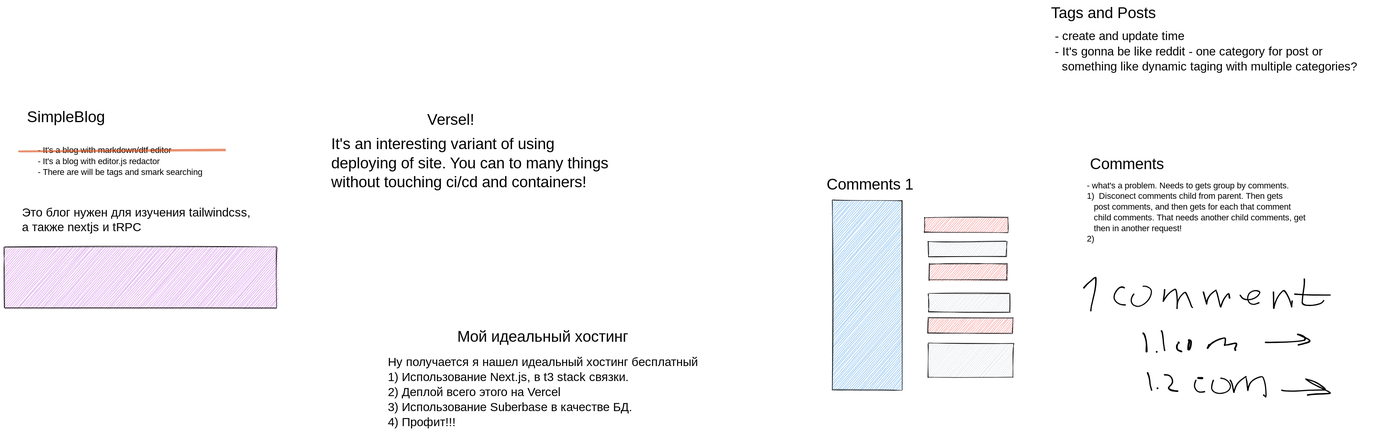
simpleString/simpleBlog-next keeps this Excalidraw diagram as idex.excalidraw.svg. Above is the earlier version. Source tidied: one line per element, renumbered; positions are measured from the earlier drawing's top-left corner, leaving out a move shared by most shapes.
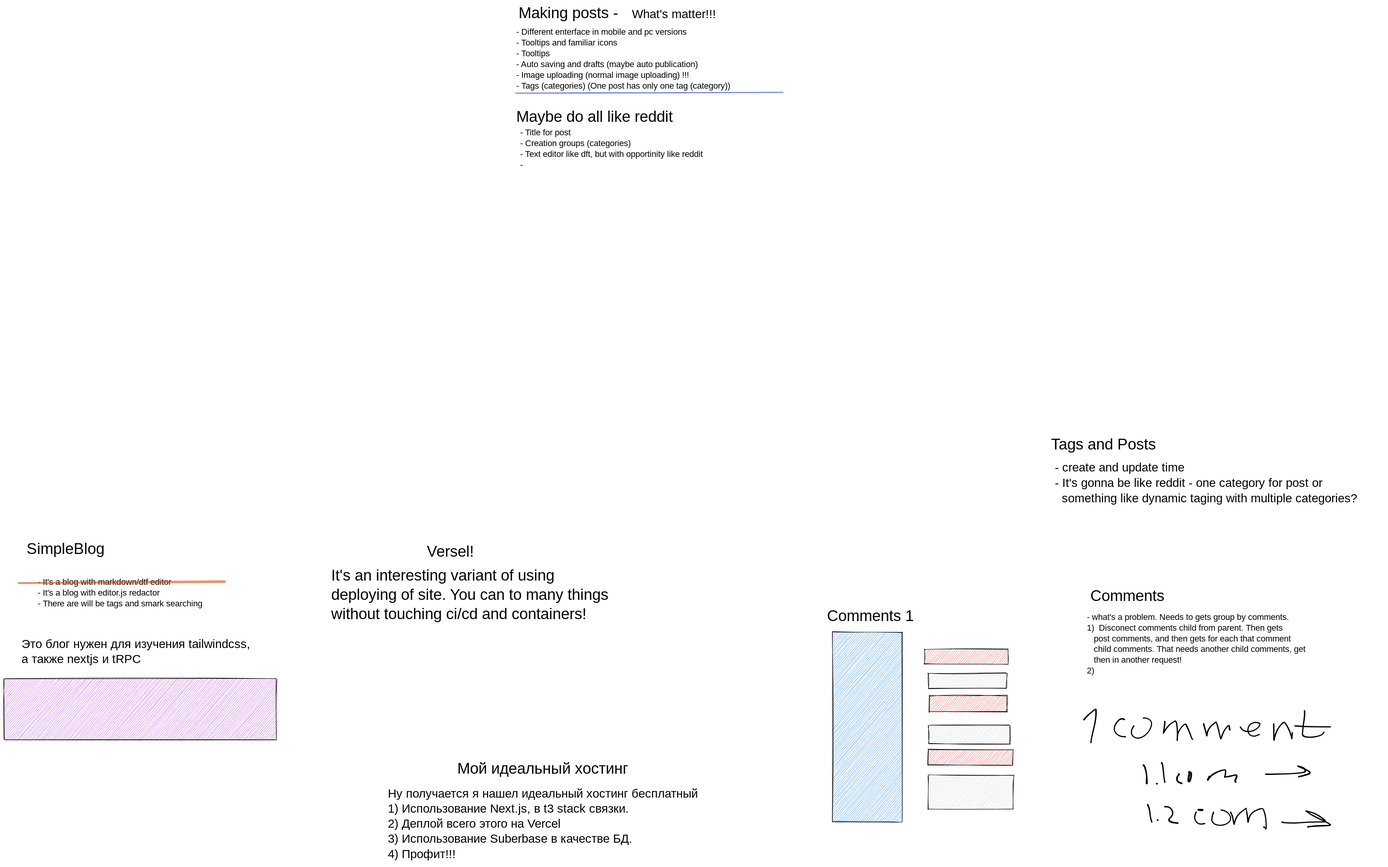
The same file after the commit.

Commit message:
Things about reddit

Diff of the diagram source:
```diff
@@ -43,3 +43,9 @@
 {"id": 42, "type": "freedraw", "strokeColor": "#000000", "backgroundColor": "#ced4da", "fillStyle": "solid", "strokeWidth": 1, "roughness": 1, "x": 2793, "y": 875, "width": 11, "height": 0, "points": [[0, 0], [-1, 0], [0, 0], [1, 0], [3, 0], [5, 0], [7, 0], [9, 0], [10, 0], [10, 0]]}
 {"id": 43, "type": "freedraw", "strokeColor": "#000000", "backgroundColor": "#ced4da", "fillStyle": "solid", "strokeWidth": 1, "roughness": 1, "x": 2950, "y": 792, "width": 104, "height": 25, "points": [[0, 0], [1, 0], [5, 0], [16, 0], [34, -1], [50, -1], [65, -1], [77, -2], [86, -3], [89, -4], [91, -5], [92, -5], [93, -6], [93, -9], [93, -12], [89, -14], [84, -17], [78, -19], [74, -19], [74, -19], [77, -18], [82, -16], [89, -13], [96, -10], [101, -7], [104, -5], [104, -4], [104, -2], [103, -1], [99, 0], [93, 2], [85, 4], [79, 6], [77, 6], [76, 6], [76, 6]]}
 {"id": 44, "type": "freedraw", "strokeColor": "#000000", "backgroundColor": "#ced4da", "fillStyle": "solid", "strokeWidth": 1, "roughness": 1, "x": 2988, "y": 904, "width": 115, "height": 38, "points": [[0, 0], [3, 1], [4, 1], [9, 2], [17, 2], [29, 2], [42, 2], [58, 0], [70, -1], [82, -1], [92, -1], [98, -1], [102, -1], [103, -1], [103, -1], [102, -2], [100, -4], [95, -9], [87, -14], [77, -21], [66, -25], [57, -26], [54, -26], [55, -26], [60, -23], [71, -15], [86, -8], [100, -1], [111, 4], [115, 6], [115, 7], [115, 8], [113, 8], [110, 8], [63, 10], [59, 11], [59, 11], [59, 11]]}
+{"id": 45, "type": "text", "text": "Making posts -", "strokeColor": "#000000", "strokeWidth": 1, "roughness": 1, "fontSize": 36, "fontFamily": 1, "x": 1203, "y": -1009, "width": 261, "height": 45}
+{"id": 46, "type": "text", "text": "What's matter!!!", "strokeColor": "#000000", "strokeWidth": 1, "roughness": 1, "fontSize": 28, "fontFamily": 1, "x": 1468, "y": -1002, "width": 227, "height": 35}
+{"id": 47, "type": "text", "text": "- Different enterface in mobile and pc versions\n- Tooltips and familiar icons\n- Tooltips\n- Auto saving and drafts (maybe auto publication)\n- Image uploading (normal image uploading) !!!\n- Tags (categories) (One post has only one tag (category))\n\n", "strokeColor": "#000000", "strokeWidth": 1, "roughness": 1, "fontSize": 20, "fontFamily": 1, "x": 1197, "y": -956, "width": 593, "height": 203}
+{"id": 48, "type": "line", "strokeColor": "#364fc7", "strokeWidth": 1, "roughness": 1, "x": 1196, "y": -802, "width": 626, "height": 2, "points": [[0, 0], [626, -2]]}
+{"id": 49, "type": "text", "text": "Maybe do all like reddit", "strokeColor": "#000000", "strokeWidth": 1, "roughness": 1, "fontSize": 36, "fontFamily": 1, "x": 1198, "y": -767, "width": 422, "height": 45}
+{"id": 50, "type": "text", "text": "- Title for post\n- Creation groups (categories)\n- Text editor like dft, but with opportinity like reddit\n- \n", "strokeColor": "#000000", "strokeWidth": 1, "roughness": 1, "fontSize": 20, "fontFamily": 1, "x": 1206, "y": -721, "width": 533, "height": 127}
```
